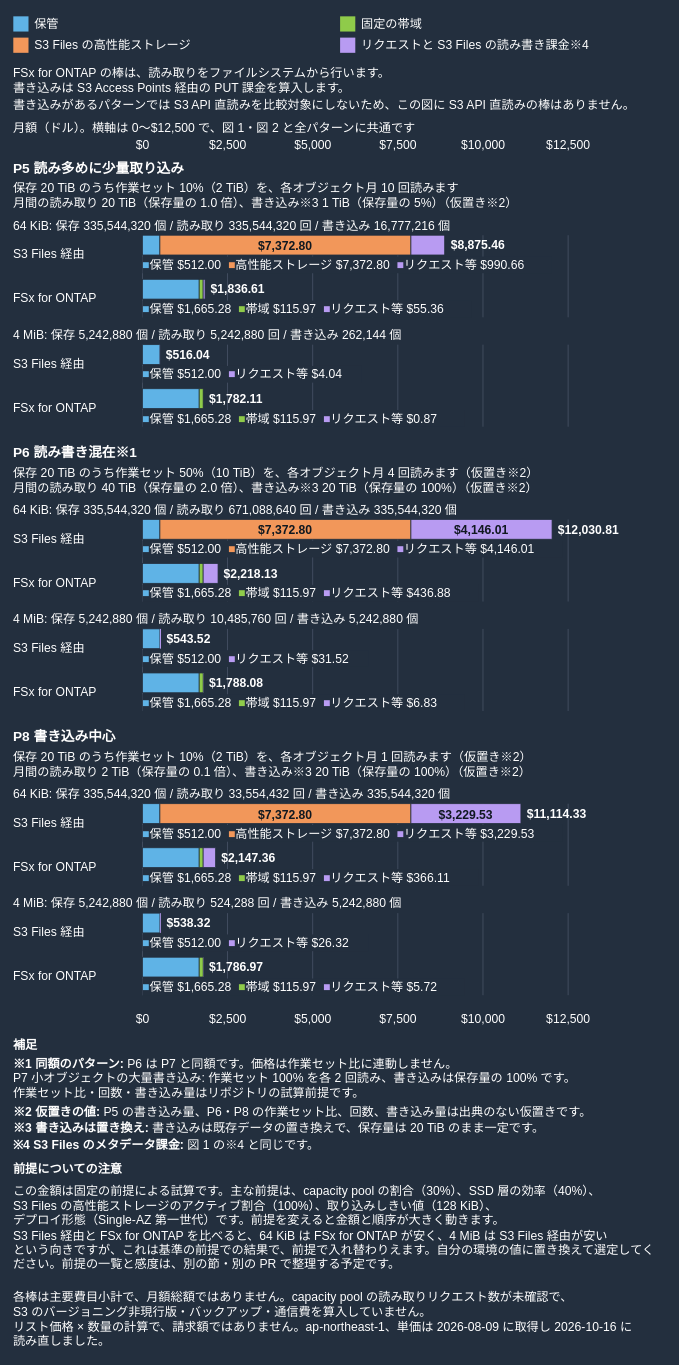
Above: docs/_assets/diagrams/s3burst-s3files-cost-structure-writes-dark.drawio in Yoshiki0705/S3-Burst-on-ONTAP-Files (draw.io), before the change. Source tidied: cells renumbered, new cells numbered last; positions are measured from the earlier drawing's top-left corner, leaving out a move shared by most shapes. Both pictures are drawn from the tidied source at 76%, with x=0, y=0 at pixel (13, 13).
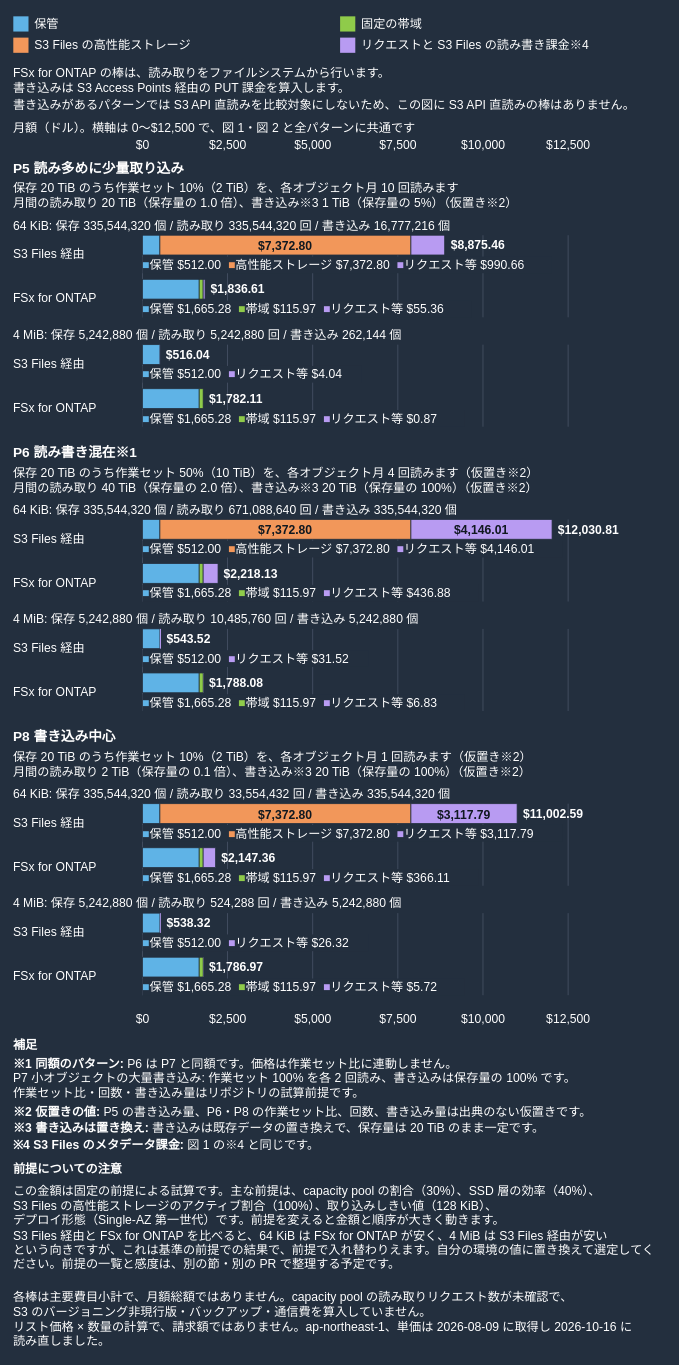
The same page after the edit.

What changed in the source:
```diff
@@
-    <mxCell id="115" value="$3,229.53" style="rounded=0;whiteSpace=nowrap;html=0;fillColor=#B89BF2;strokeColor=#232F3E;strokeWidth=1;fontSize=16;fontColor=#101820;fontStyle=1;align=center;verticalAlign=middle;" parent="1" vertex="1">
-      <mxGeometry x="523.2" y="1040" width="144.7" height="26" as="geometry" />
+    <mxCell id="115" value="$3,117.79" style="rounded=0;whiteSpace=nowrap;html=0;fillColor=#B89BF2;strokeColor=#232F3E;strokeWidth=1;fontSize=16;fontColor=#101820;fontStyle=1;align=center;verticalAlign=middle;" parent="1" vertex="1">
+      <mxGeometry x="523.2" y="1040" width="139.7" height="26" as="geometry" />
     </mxCell>
-    <mxCell id="116" value="&lt;b&gt;$11,114.33&lt;/b&gt;" style="text;html=1;whiteSpace=nowrap;overflow=visible;align=left;verticalAlign=middle;spacing=0;spacingLeft=0;spacingRight=0;spacingTop=0;spacingBottom=0;fontSize=16;fontColor=#FFFFFF;fontStyle=1;" parent="1" vertex="1">
-      <mxGeometry x="675.9" y="1040" width="112" height="26" as="geometry" />
+    <mxCell id="116" value="&lt;b&gt;$11,002.59&lt;/b&gt;" style="text;html=1;whiteSpace=nowrap;overflow=visible;align=left;verticalAlign=middle;spacing=0;spacingLeft=0;spacingRight=0;spacingTop=0;spacingBottom=0;fontSize=16;fontColor=#FFFFFF;fontStyle=1;" parent="1" vertex="1">
+      <mxGeometry x="670.9" y="1040" width="112" height="26" as="geometry" />
     </mxCell>
-    <mxCell id="117" value="&lt;font color='#5FB3E6'&gt;■&lt;/font&gt;保管 $512.00&amp;nbsp;&amp;nbsp;&lt;font color='#F2975A'&gt;■&lt;/font&gt;高性能ストレージ $7,372.80&amp;nbsp;&amp;nbsp;&lt;font color='#B89BF2'&gt;■&lt;/font&gt;リクエスト等 $3,229.53" style="text;html=1;whiteSpace=nowrap;overflow=visible;align=left;verticalAlign=middle;spacing=0;spacingLeft=0;spacingRight=0;spacingTop=0;spacingBottom=0;fontSize=16;fontColor=#FFFFFF;fontStyle=0;fillColor=#232F3E;strokeColor=none;" parent="1" vertex="1">
+    <mxCell id="117" value="&lt;font color='#5FB3E6'&gt;■&lt;/font&gt;保管 $512.00&amp;nbsp;&amp;nbsp;&lt;font color='#F2975A'&gt;■&lt;/font&gt;高性能ストレージ $7,372.80&amp;nbsp;&amp;nbsp;&lt;font color='#B89BF2'&gt;■&lt;/font&gt;リクエスト等 $3,117.79" style="text;html=1;whiteSpace=nowrap;overflow=visible;align=left;verticalAlign=middle;spacing=0;spacingLeft=0;spacingRight=0;spacingTop=0;spacingBottom=0;fontSize=16;fontColor=#FFFFFF;fontStyle=0;fillColor=#232F3E;strokeColor=none;" parent="1" vertex="1">
       <mxGeometry x="170" y="1068" width="552.3" height="22" as="geometry" />
     </mxCell>
```
